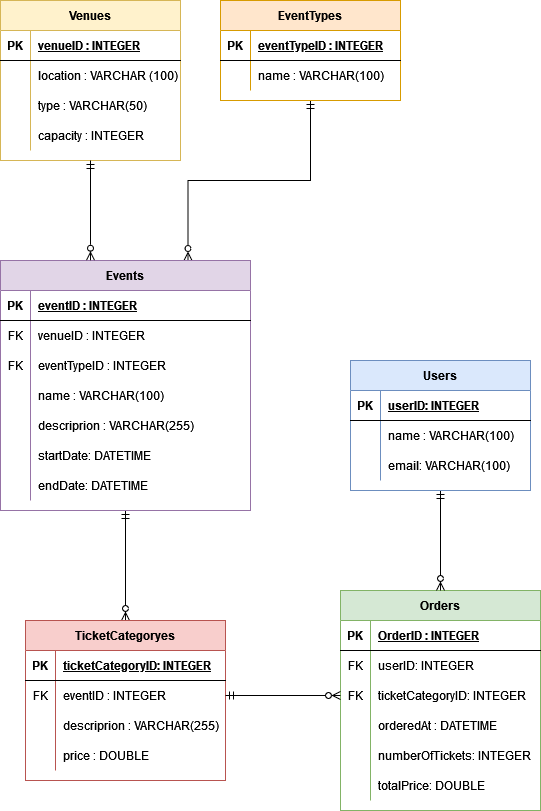
Before: EntityDiagram.drawio.png, a diagram exported from draw.io (MateiPop12/PS). Source tidied: cells renumbered, new cells last; positions are measured from the earlier drawing's top-left corner, leaving out a move shared by most shapes.
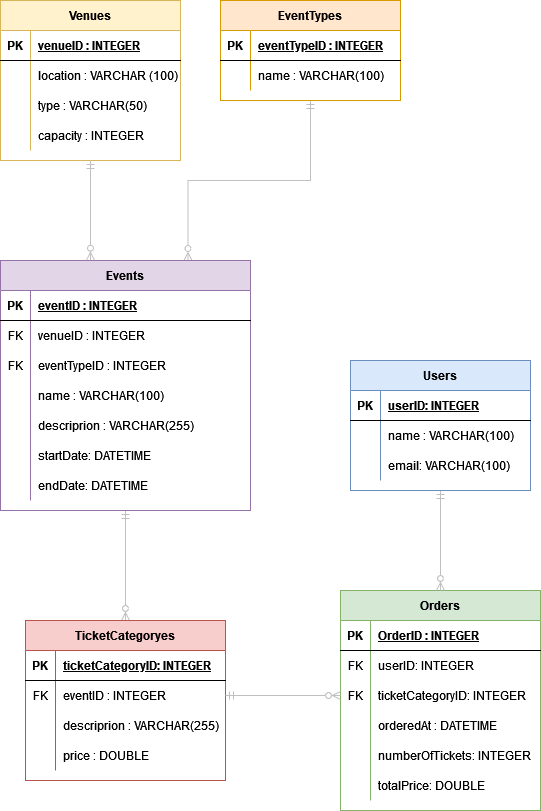
Above is the later version.

Diff of the diagram source:
```diff
@@ -2,7 +2,7 @@
   <root>
     <mxCell id="0" />
     <mxCell id="1" parent="0" />
-    <mxCell id="2" style="edgeStyle=orthogonalEdgeStyle;rounded=0;jettySize=auto;html=1;entryX=0.75;entryY=0;entryDx=0;entryDy=0;startArrow=ERmandOne;startFill=0;endArrow=ERzeroToMany;endFill=0;fillColor=#f5f5f5;strokeColor=#000000;" parent="1" edge="1" source="3" target="37">
+    <mxCell id="2" style="edgeStyle=orthogonalEdgeStyle;rounded=0;jettySize=auto;html=1;entryX=0.75;entryY=0;entryDx=0;entryDy=0;startArrow=ERmandOne;startFill=0;endArrow=ERzeroToMany;endFill=0;fillColor=#f5f5f5;strokeColor=#c0c0c0;" parent="1" edge="1" source="3" target="37">
       <mxGeometry relative="1" as="geometry" />
     </mxCell>
     <mxCell id="3" value="EventTypes" style="shape=table;startSize=30;rowLines=0;fontStyle=1;align=center;swimlaneFillColor=default;fillColor=#ffe6cc;strokeColor=#d79b00;" parent="1" vertex="1">
@@ -26,7 +26,7 @@
     <mxCell id="9" value="name : VARCHAR(100)" style="shape=partialRectangle;overflow=hidden;fillColor=none;top=0;left=0;bottom=0;right=0;align=left;spacingLeft=6;" parent="7" vertex="1">
       <mxGeometry x="30" width="150" height="30" as="geometry" />
     </mxCell>
-    <mxCell id="10" style="edgeStyle=orthogonalEdgeStyle;rounded=0;jettySize=auto;html=1;entryX=0.5;entryY=1;entryDx=0;entryDy=0;startArrow=ERzeroToMany;startFill=0;endArrow=ERmandOne;endFill=0;fillColor=#f5f5f5;strokeColor=#000000;" parent="1" edge="1" source="11" target="37">
+    <mxCell id="10" style="edgeStyle=orthogonalEdgeStyle;rounded=0;jettySize=auto;html=1;entryX=0.5;entryY=1;entryDx=0;entryDy=0;startArrow=ERzeroToMany;startFill=0;endArrow=ERmandOne;endFill=0;fillColor=#f5f5f5;strokeColor=#c0c0c0;" parent="1" edge="1" source="11" target="37">
       <mxGeometry relative="1" as="geometry" />
     </mxCell>
     <mxCell id="11" value="TicketCategoryes" style="shape=table;startSize=30;rowLines=0;fontStyle=1;align=center;fillColor=#f8cecc;strokeColor=#b85450;swimlaneFillColor=default;" parent="1" vertex="1">
@@ -173,7 +173,7 @@
     <mxCell id="58" value="endDate: DATETIME" style="shape=partialRectangle;overflow=hidden;fillColor=none;top=0;left=0;bottom=0;right=0;align=left;spacingLeft=6;" parent="56" vertex="1">
       <mxGeometry x="30" width="220" height="30" as="geometry" />
     </mxCell>
-    <mxCell id="59" style="edgeStyle=orthogonalEdgeStyle;rounded=0;jettySize=auto;html=1;entryX=0.36;entryY=-0.001;entryDx=0;entryDy=0;entryPerimeter=0;startArrow=ERmandOne;startFill=0;endArrow=ERzeroToMany;endFill=0;fillColor=#f5f5f5;strokeColor=#000000;" parent="1" edge="1" source="24" target="37">
+    <mxCell id="59" style="edgeStyle=orthogonalEdgeStyle;rounded=0;jettySize=auto;html=1;entryX=0.36;entryY=-0.001;entryDx=0;entryDy=0;entryPerimeter=0;startArrow=ERmandOne;startFill=0;endArrow=ERzeroToMany;endFill=0;fillColor=#f5f5f5;strokeColor=#c0c0c0;" parent="1" edge="1" source="24" target="37">
       <mxGeometry relative="1" as="geometry" />
     </mxCell>
     <mxCell id="60" value="Orders" style="shape=table;startSize=30;rowLines=0;fontStyle=1;align=center;swimlaneFillColor=default;fillColor=#d5e8d4;strokeColor=#82b366;" parent="1" vertex="1">
@@ -233,10 +233,10 @@
     <mxCell id="78" value="totalPrice: DOUBLE" style="shape=partialRectangle;overflow=hidden;fillColor=none;top=0;left=0;bottom=0;right=0;align=left;spacingLeft=6;" parent="76" vertex="1">
       <mxGeometry x="30" width="170" height="30" as="geometry" />
     </mxCell>
-    <mxCell id="79" style="edgeStyle=orthogonalEdgeStyle;rounded=0;jettySize=auto;html=1;entryX=0;entryY=0.5;entryDx=0;entryDy=0;startArrow=ERmandOne;startFill=0;endArrow=ERzeroToMany;endFill=0;fillColor=#f5f5f5;strokeColor=#000000;" parent="1" edge="1" source="15" target="67">
+    <mxCell id="79" style="edgeStyle=orthogonalEdgeStyle;rounded=0;jettySize=auto;html=1;entryX=0;entryY=0.5;entryDx=0;entryDy=0;startArrow=ERmandOne;startFill=0;endArrow=ERzeroToMany;endFill=0;fillColor=#f5f5f5;strokeColor=#c0c0c0;" parent="1" edge="1" source="15" target="67">
       <mxGeometry relative="1" as="geometry" />
     </mxCell>
-    <mxCell id="80" style="edgeStyle=orthogonalEdgeStyle;rounded=0;jettySize=auto;html=1;entryX=0.5;entryY=0;entryDx=0;entryDy=0;startArrow=ERmandOne;startFill=0;endArrow=ERzeroToMany;endFill=0;fillColor=#f5f5f5;strokeColor=#000000;" parent="1" edge="1" source="81" target="60">
+    <mxCell id="80" style="edgeStyle=orthogonalEdgeStyle;rounded=0;jettySize=auto;html=1;entryX=0.5;entryY=0;entryDx=0;entryDy=0;startArrow=ERmandOne;startFill=0;endArrow=ERzeroToMany;endFill=0;fillColor=#f5f5f5;strokeColor=#c0c0c0;" parent="1" edge="1" source="81" target="60">
       <mxGeometry relative="1" as="geometry" />
     </mxCell>
     <mxCell id="81" value="Users" style="shape=table;startSize=30;rowLines=0;fontStyle=1;align=center;swimlaneFillColor=default;fillColor=#dae8fc;strokeColor=#6c8ebf;" parent="1" vertex="1">
```
